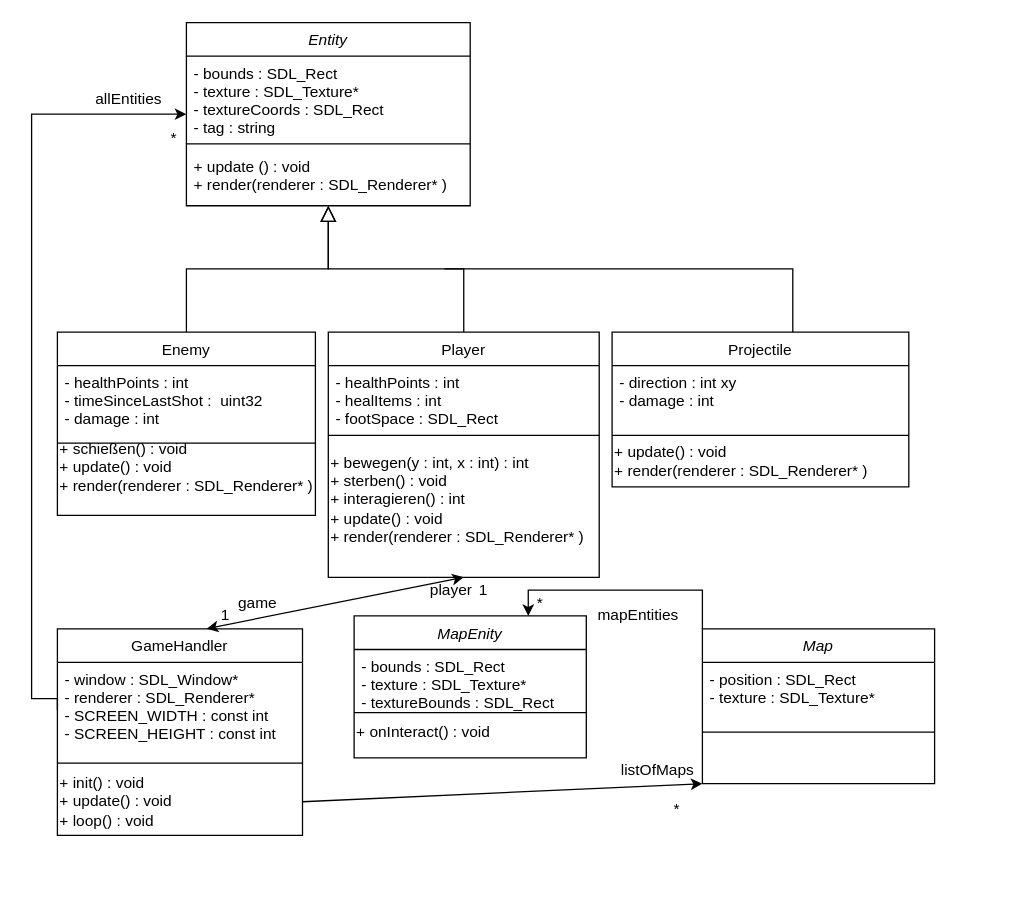
Earlier version of the draw.io diagram findetKevin/FindetKelvin.drawio (Joris-debug/FindetKevin). Source tidied: cells renumbered, new cells numbered last; positions are measured from the earlier drawing's top-left corner, leaving out a move shared by most shapes. Both pictures are drawn from the tidied source at 129%, with x=0, y=0 at pixel (31, 22).
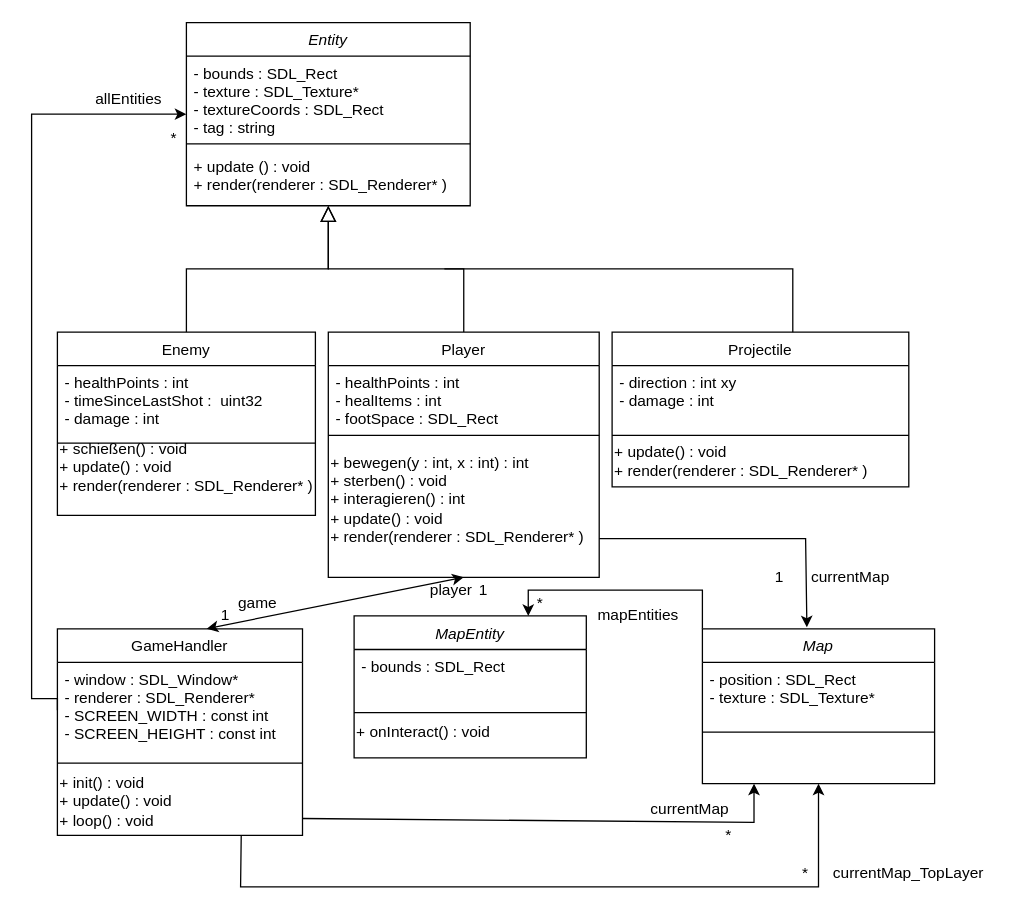
After the change.

Unchanged cells that the change refers to:
```xml
<mxCell id="24" value="+ init() : void&lt;br&gt;+ update() : void&lt;br&gt;+ loop() : void" style="text;html=1;strokeColor=none;fillColor=none;align=left;verticalAlign=middle;whiteSpace=wrap;rounded=0;" parent="21" vertex="1">
  <mxGeometry y="108" width="190" height="52" as="geometry" />
</mxCell>
<mxCell id="30" value="Map" style="swimlane;fontStyle=2;align=center;verticalAlign=top;horizontal=1;startSize=26;rounded=0;shadow=0;strokeWidth=1;" parent="1" vertex="1">
  <mxGeometry x="520" y="470" width="180" height="120" as="geometry" />
</mxCell>
```

The edit, as a diff of the source:
```diff
@@
-    <mxCell id="33" value="MapEnity" style="swimlane;fontStyle=2;align=center;verticalAlign=top;horizontal=1;startSize=26;rounded=0;shadow=0;strokeWidth=1;" parent="1" vertex="1">
+    <mxCell id="33" value="MapEntity" style="swimlane;fontStyle=2;align=center;verticalAlign=top;horizontal=1;startSize=26;rounded=0;shadow=0;strokeWidth=1;" parent="1" vertex="1">
       <mxGeometry x="250" y="460" width="180" height="110" as="geometry" />
     </mxCell>
-    <mxCell id="34" value="- bounds : SDL_Rect&#10;- texture : SDL_Texture*&#10;- textureBounds : SDL_Rect" style="text;align=left;verticalAlign=top;spacingLeft=4;spacingRight=4;overflow=hidden;" parent="33" vertex="1">
+    <mxCell id="34" value="- bounds : SDL_Rect&#10;" style="text;align=left;verticalAlign=top;spacingLeft=4;spacingRight=4;overflow=hidden;" parent="33" vertex="1">
       <mxGeometry y="26" width="180" height="44" as="geometry" />
     </mxCell>
@@
-    <mxCell id="38" style="endArrow=classic;html=1;rounded=0;entryX=0;entryY=1;entryDx=0;entryDy=0;exitX=1;exitY=0.5;exitDx=0;exitDy=0;" parent="1" edge="1" source="24" target="30">
-      <mxGeometry relative="1" as="geometry" />
+    <mxCell id="38" style="endArrow=classic;html=1;rounded=0;exitX=1;exitY=0.75;exitDx=0;exitDy=0;" parent="1" edge="1" source="24">
+      <mxGeometry relative="1" as="geometry">
+        <mxPoint x="560" y="590" as="targetPoint" />
+        <Array as="points">
+          <mxPoint x="560" y="620" />
+          <mxPoint x="560" y="604" />
+        </Array>
+      </mxGeometry>
     </mxCell>
@@
     <mxCell id="44" value="*" style="text;html=1;align=center;verticalAlign=middle;strokeColor=none;fillColor=none;" parent="1" vertex="1">
-      <mxGeometry x="490" y="600" width="20" height="20" as="geometry" />
+      <mxGeometry x="530" y="620" width="20" height="20" as="geometry" />
     </mxCell>
-    <mxCell id="45" value="listOfMaps" style="text;html=1;align=center;verticalAlign=middle;strokeColor=none;fillColor=none;" parent="1" vertex="1">
-      <mxGeometry x="450" y="570" width="70" height="20" as="geometry" />
+    <mxCell id="45" value="currentMap" style="text;html=1;align=center;verticalAlign=middle;strokeColor=none;fillColor=none;" parent="1" vertex="1">
+      <mxGeometry x="470" y="600" width="80" height="20" as="geometry" />
     </mxCell>
+    <mxCell id="46" style="endArrow=classic;html=1;exitX=0.75;exitY=1;exitDx=0;exitDy=0;entryX=0.5;entryY=1;entryDx=0;entryDy=0;rounded=0;" parent="1" edge="1" source="24" target="30">
+      <mxGeometry relative="1" as="geometry">
+        <Array as="points">
+          <mxPoint x="162" y="670" />
+          <mxPoint x="610" y="670" />
+        </Array>
+      </mxGeometry>
+    </mxCell>
+    <mxCell id="47" value="currentMap_TopLayer" style="text;html=1;strokeColor=none;fillColor=none;align=center;verticalAlign=middle;whiteSpace=wrap;rounded=0;" parent="1" vertex="1">
+      <mxGeometry x="620" y="650" width="120" height="20" as="geometry" />
+    </mxCell>
+    <mxCell id="48" value="*" style="text;html=1;strokeColor=none;fillColor=none;align=center;verticalAlign=middle;whiteSpace=wrap;rounded=0;" parent="1" vertex="1">
+      <mxGeometry x="580" y="650" width="40" height="20" as="geometry" />
+    </mxCell>
+    <mxCell id="49" style="endArrow=classic;html=1;entryX=0.45;entryY=-0.01;entryDx=0;entryDy=0;entryPerimeter=0;rounded=0;" parent="1" edge="1" target="30">
+      <mxGeometry relative="1" as="geometry">
+        <mxPoint x="440" y="400" as="sourcePoint" />
+        <Array as="points">
+          <mxPoint x="600" y="400" />
+        </Array>
+      </mxGeometry>
+    </mxCell>
+    <mxCell id="50" value="currentMap" style="text;html=1;strokeColor=none;fillColor=none;align=center;verticalAlign=middle;whiteSpace=wrap;rounded=0;" parent="1" vertex="1">
+      <mxGeometry x="590" y="420" width="90" height="20" as="geometry" />
+    </mxCell>
+    <mxCell id="51" value="1" style="text;html=1;strokeColor=none;fillColor=none;align=center;verticalAlign=middle;whiteSpace=wrap;rounded=0;" parent="1" vertex="1">
+      <mxGeometry x="560" y="420" width="40" height="20" as="geometry" />
+    </mxCell>
```
